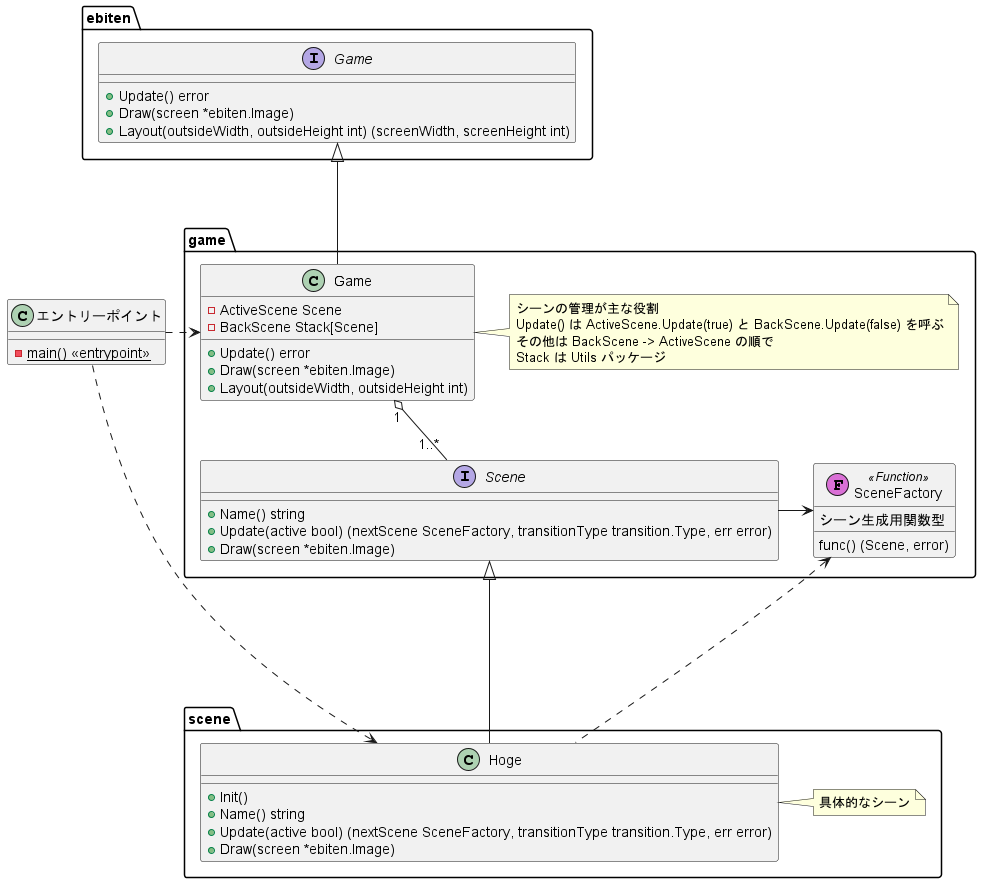
Above: Docs/game_class_diagram.png in kmc-jp/Gamedev_Tempura-of-p--Phenylazo-phenol (PlantUML), before the change.
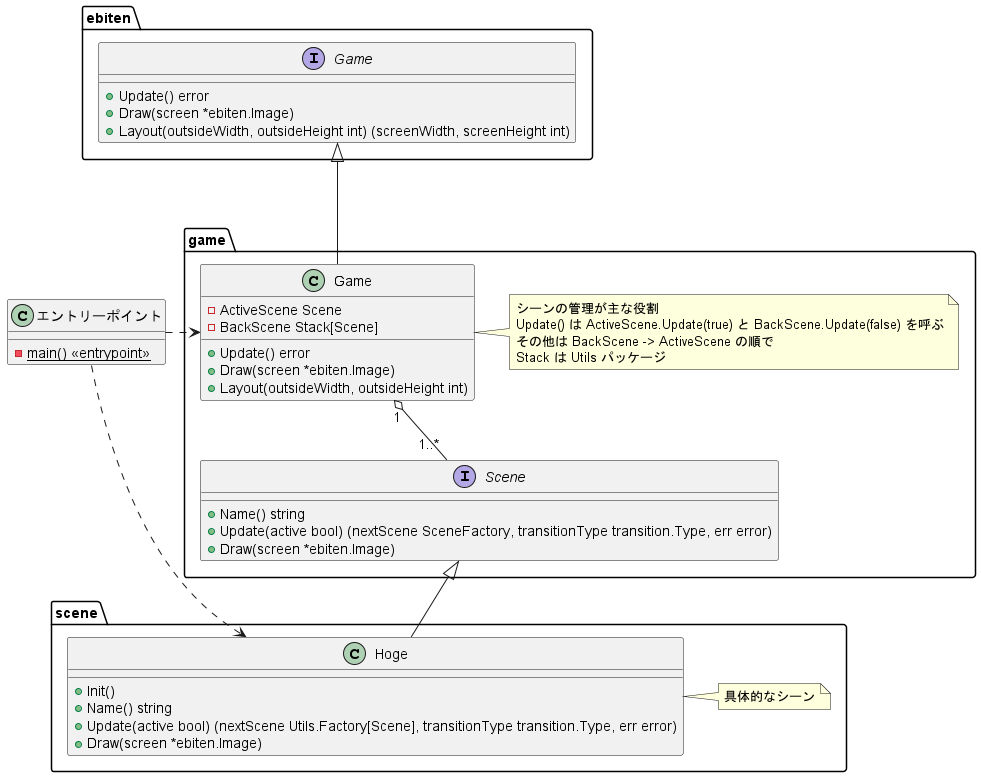
After the commit.

Commit message:
クラス図の修正忘れ

What changed in the source:
```diff
@@ -31,13 +31,6 @@
         + Draw(screen *ebiten.Image)
     }
 
-    class SceneFactory << (F,orchid) Function >> {
-        シーン生成用関数型
-        func() (Scene, error)
-    }
-
-    Scene --right--> SceneFactory
-
     Game -up--|> ebiten.Game
     Game "1" o-- "1..*" Scene
 }
@@ -46,13 +39,12 @@
     class Hoge {
         + Init()
         + Name() string
-        + Update(active bool) (nextScene SceneFactory, transitionType transition.Type, err error)
+        + Update(active bool) (nextScene Utils.Factory[Scene], transitionType transition.Type, err error)
         + Draw(screen *ebiten.Image)
     }
     note right of Hoge : 具体的なシーン
 
     Hoge -up-|> game.Scene
-    Hoge ..up..> game.SceneFactory
 }
 
 @enduml
```
